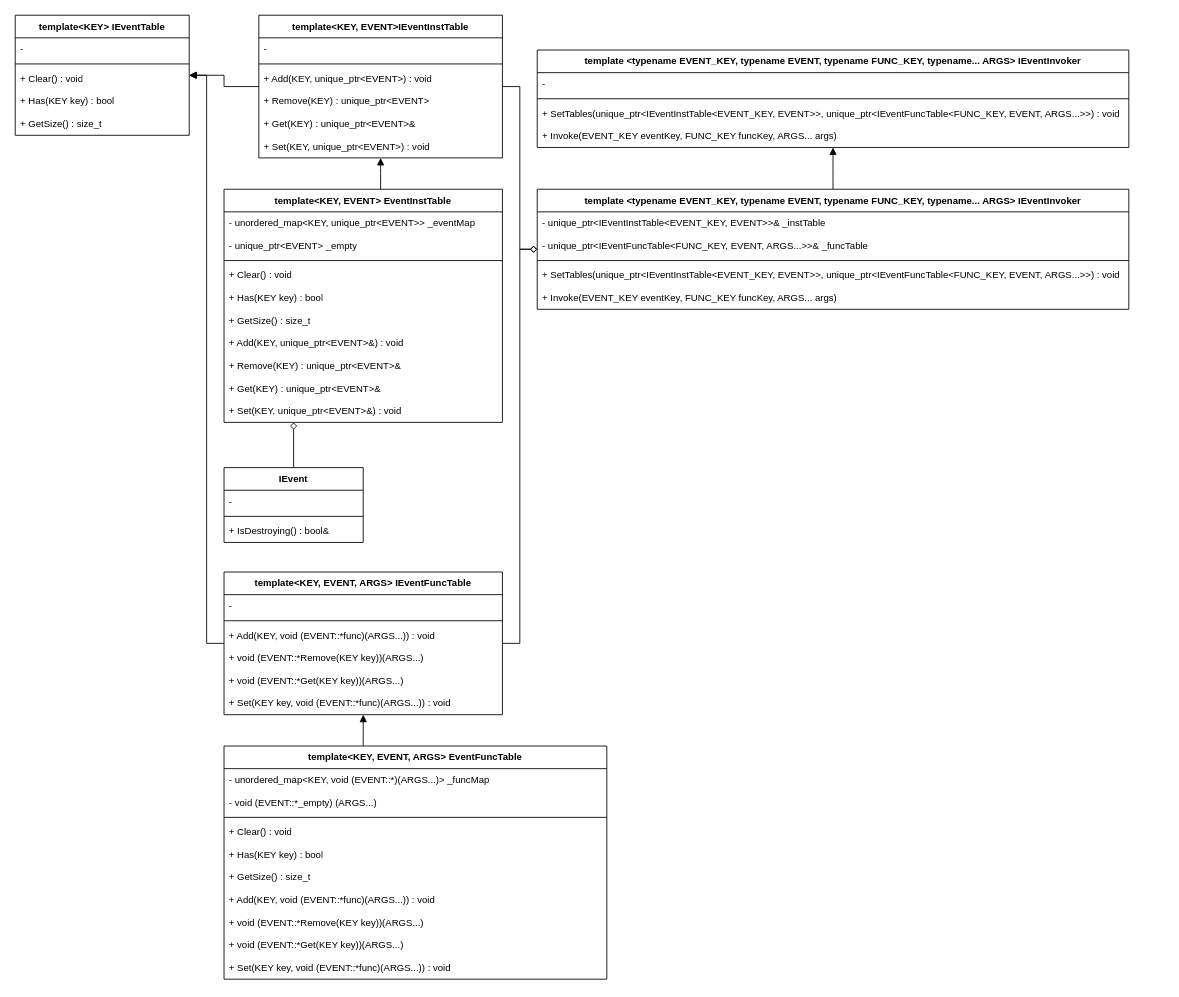
Above: page "Event" (2 of 7) of docs/module/class.drawio in Tanso-mct/Minecraft-DirectX (draw.io), before the change. Source tidied: cells renumbered, new cells numbered last; positions are measured from the earlier drawing's top-left corner, leaving out a move shared by most shapes. Both pictures are drawn from the tidied source at 87%, with x=0, y=0 at pixel (15, 15).
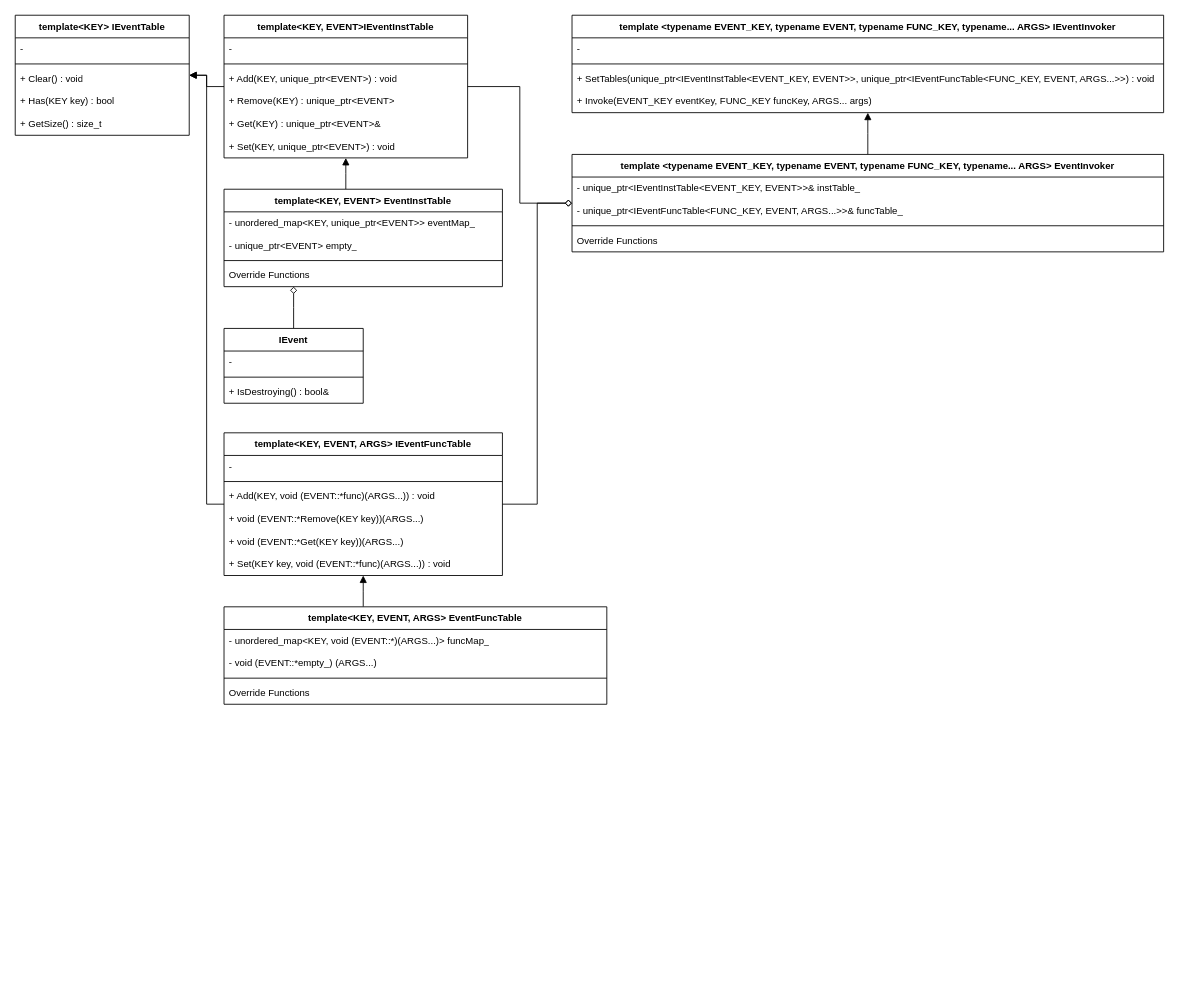
Above is the later version.

Change to the diagram source:
```diff
@@
     <mxCell id="4" value="template&amp;lt;KEY, EVENT&amp;gt;IEventInstTable" style="swimlane;fontStyle=1;align=center;verticalAlign=top;horizontal=1;startSize=26;whiteSpace=wrap;html=1;fontFamily=Helvetica;fontSize=11;fontColor=default;labelBackgroundColor=default;" parent="1" vertex="1">
-      <mxGeometry x="280" width="280" height="164" as="geometry" />
+      <mxGeometry x="240" width="280" height="164" as="geometry" />
     </mxCell>
@@
     <mxCell id="12" value="IEvent" style="swimlane;fontStyle=1;align=center;verticalAlign=top;horizontal=1;startSize=26;whiteSpace=wrap;html=1;fontFamily=Helvetica;fontSize=11;fontColor=default;labelBackgroundColor=default;" parent="1" vertex="1">
-      <mxGeometry x="240" y="520" width="160" height="86" as="geometry" />
+      <mxGeometry x="240" y="360" width="160" height="86" as="geometry" />
     </mxCell>
@@
     <mxCell id="18" value="template&amp;lt;KEY, EVENT, ARGS&amp;gt; IEventFuncTable" style="swimlane;fontStyle=1;align=center;verticalAlign=top;horizontal=1;startSize=26;whiteSpace=wrap;html=1;fontFamily=Helvetica;fontSize=11;fontColor=default;labelBackgroundColor=default;" parent="1" vertex="1">
-      <mxGeometry x="240" y="640" width="320" height="164" as="geometry" />
+      <mxGeometry x="240" y="480" width="320" height="164" as="geometry" />
     </mxCell>
@@
     <mxCell id="25" value="template &amp;lt;typename EVENT_KEY, typename EVENT, typename FUNC_KEY, typename... ARGS&amp;gt; IEventInvoker" style="swimlane;fontStyle=1;align=center;verticalAlign=top;horizontal=1;startSize=26;whiteSpace=wrap;html=1;fontFamily=Helvetica;fontSize=11;fontColor=default;labelBackgroundColor=default;" parent="1" vertex="1">
-      <mxGeometry x="600" y="40" width="680" height="112" as="geometry" />
+      <mxGeometry x="640" width="680" height="112" as="geometry" />
     </mxCell>
@@
     <mxCell id="37" value="template&amp;lt;KEY, EVENT&amp;gt; EventInstTable" style="swimlane;fontStyle=1;align=center;verticalAlign=top;horizontal=1;startSize=26;whiteSpace=wrap;html=1;fontFamily=Helvetica;fontSize=11;fontColor=default;labelBackgroundColor=default;" parent="1" vertex="1">
-      <mxGeometry x="240" y="200" width="320" height="268" as="geometry" />
+      <mxGeometry x="240" y="200" width="320" height="112" as="geometry" />
     </mxCell>
-    <mxCell id="38" value="- unordered_map&amp;lt;KEY, unique_ptr&amp;lt;EVENT&amp;gt;&amp;gt; _eventMap" style="text;strokeColor=none;fillColor=none;align=left;verticalAlign=top;spacingLeft=4;spacingRight=4;overflow=hidden;whiteSpace=wrap;html=1;fontFamily=Helvetica;fontSize=11;fontColor=default;labelBackgroundColor=default;" parent="37" vertex="1">
+    <mxCell id="38" value="- unordered_map&amp;lt;KEY, unique_ptr&amp;lt;EVENT&amp;gt;&amp;gt; eventMap_" style="text;strokeColor=none;fillColor=none;align=left;verticalAlign=top;spacingLeft=4;spacingRight=4;overflow=hidden;whiteSpace=wrap;html=1;fontFamily=Helvetica;fontSize=11;fontColor=default;labelBackgroundColor=default;" parent="37" vertex="1">
       <mxGeometry y="26" width="320" height="26" as="geometry" />
     </mxCell>
-    <mxCell id="39" value="- unique_ptr&amp;lt;EVENT&amp;gt; _empty" style="text;strokeColor=none;fillColor=none;align=left;verticalAlign=top;spacingLeft=4;spacingRight=4;overflow=hidden;whiteSpace=wrap;html=1;fontFamily=Helvetica;fontSize=11;fontColor=default;labelBackgroundColor=default;" parent="37" vertex="1">
+    <mxCell id="39" value="- unique_ptr&amp;lt;EVENT&amp;gt; empty_" style="text;strokeColor=none;fillColor=none;align=left;verticalAlign=top;spacingLeft=4;spacingRight=4;overflow=hidden;whiteSpace=wrap;html=1;fontFamily=Helvetica;fontSize=11;fontColor=default;labelBackgroundColor=default;" parent="37" vertex="1">
       <mxGeometry y="52" width="320" height="26" as="geometry" />
     </mxCell>
@@
-    <mxCell id="41" value="+ Clear() : void" style="text;strokeColor=none;fillColor=none;align=left;verticalAlign=top;spacingLeft=4;spacingRight=4;overflow=hidden;whiteSpace=wrap;html=1;fontFamily=Helvetica;fontSize=11;fontColor=default;labelBackgroundColor=default;" parent="37" vertex="1">
+    <mxCell id="41" value="Override Functions" style="text;strokeColor=none;fillColor=none;align=left;verticalAlign=top;spacingLeft=4;spacingRight=4;overflow=hidden;whiteSpace=wrap;html=1;fontFamily=Helvetica;fontSize=11;fontColor=default;labelBackgroundColor=default;" parent="37" vertex="1">
       <mxGeometry y="86" width="320" height="26" as="geometry" />
     </mxCell>
-    <mxCell id="42" value="+ Has(KEY key) : bool" style="text;strokeColor=none;fillColor=none;align=left;verticalAlign=top;spacingLeft=4;spacingRight=4;overflow=hidden;whiteSpace=wrap;html=1;fontFamily=Helvetica;fontSize=11;fontColor=default;labelBackgroundColor=default;" parent="37" vertex="1">
-      <mxGeometry y="112" width="320" height="26" as="geometry" />
-    </mxCell>
-    <mxCell id="43" value="+ GetSize() : size_t" style="text;strokeColor=none;fillColor=none;align=left;verticalAlign=top;spacingLeft=4;spacingRight=4;overflow=hidden;whiteSpace=wrap;html=1;fontFamily=Helvetica;fontSize=11;fontColor=default;labelBackgroundColor=default;" parent="37" vertex="1">
-      <mxGeometry y="138" width="320" height="26" as="geometry" />
-    </mxCell>
-    <mxCell id="44" value="+ Add(KEY, unique_ptr&amp;lt;EVENT&amp;gt;&amp;amp;) : void" style="text;strokeColor=none;fillColor=none;align=left;verticalAlign=top;spacingLeft=4;spacingRight=4;overflow=hidden;whiteSpace=wrap;html=1;fontFamily=Helvetica;fontSize=11;fontColor=default;labelBackgroundColor=default;" parent="37" vertex="1">
-      <mxGeometry y="164" width="320" height="26" as="geometry" />
-    </mxCell>
-    <mxCell id="45" value="+ Remove(KEY) : unique_ptr&amp;lt;EVENT&amp;gt;&amp;amp;" style="text;strokeColor=none;fillColor=none;align=left;verticalAlign=top;spacingLeft=4;spacingRight=4;overflow=hidden;whiteSpace=wrap;html=1;fontFamily=Helvetica;fontSize=11;fontColor=default;labelBackgroundColor=default;" parent="37" vertex="1">
-      <mxGeometry y="190" width="320" height="26" as="geometry" />
-    </mxCell>
-    <mxCell id="46" value="+ Get(KEY) : unique_ptr&amp;lt;EVENT&amp;gt;&amp;amp;" style="text;strokeColor=none;fillColor=none;align=left;verticalAlign=top;spacingLeft=4;spacingRight=4;overflow=hidden;whiteSpace=wrap;html=1;fontFamily=Helvetica;fontSize=11;fontColor=default;labelBackgroundColor=default;" parent="37" vertex="1">
-      <mxGeometry y="216" width="320" height="26" as="geometry" />
-    </mxCell>
-    <mxCell id="47" value="+ Set(KEY, unique_ptr&amp;lt;EVENT&amp;gt;&amp;amp;) : void" style="text;strokeColor=none;fillColor=none;align=left;verticalAlign=top;spacingLeft=4;spacingRight=4;overflow=hidden;whiteSpace=wrap;html=1;fontFamily=Helvetica;fontSize=11;fontColor=default;labelBackgroundColor=default;" parent="37" vertex="1">
-      <mxGeometry y="242" width="320" height="26" as="geometry" />
-    </mxCell>
@@
     <mxCell id="49" value="template&amp;lt;KEY, EVENT, ARGS&amp;gt; EventFuncTable" style="swimlane;fontStyle=1;align=center;verticalAlign=top;horizontal=1;startSize=26;whiteSpace=wrap;html=1;fontFamily=Helvetica;fontSize=11;fontColor=default;labelBackgroundColor=default;" parent="1" vertex="1">
-      <mxGeometry x="240" y="840" width="440" height="268" as="geometry" />
+      <mxGeometry x="240" y="680" width="440" height="112" as="geometry" />
     </mxCell>
-    <mxCell id="50" value="- unordered_map&amp;lt;KEY, void (EVENT::*)(ARGS...)&amp;gt; _funcMap" style="text;strokeColor=none;fillColor=none;align=left;verticalAlign=top;spacingLeft=4;spacingRight=4;overflow=hidden;whiteSpace=wrap;html=1;fontFamily=Helvetica;fontSize=11;fontColor=default;labelBackgroundColor=default;" parent="49" vertex="1">
+    <mxCell id="50" value="- unordered_map&amp;lt;KEY, void (EVENT::*)(ARGS...)&amp;gt; funcMap_" style="text;strokeColor=none;fillColor=none;align=left;verticalAlign=top;spacingLeft=4;spacingRight=4;overflow=hidden;whiteSpace=wrap;html=1;fontFamily=Helvetica;fontSize=11;fontColor=default;labelBackgroundColor=default;" parent="49" vertex="1">
       <mxGeometry y="26" width="440" height="26" as="geometry" />
     </mxCell>
-    <mxCell id="51" value="- void (EVENT::*_empty) (ARGS...)" style="text;strokeColor=none;fillColor=none;align=left;verticalAlign=top;spacingLeft=4;spacingRight=4;overflow=hidden;whiteSpace=wrap;html=1;fontFamily=Helvetica;fontSize=11;fontColor=default;labelBackgroundColor=default;" parent="49" vertex="1">
+    <mxCell id="51" value="- void (EVENT::*empty_) (ARGS...)" style="text;strokeColor=none;fillColor=none;align=left;verticalAlign=top;spacingLeft=4;spacingRight=4;overflow=hidden;whiteSpace=wrap;html=1;fontFamily=Helvetica;fontSize=11;fontColor=default;labelBackgroundColor=default;" parent="49" vertex="1">
       <mxGeometry y="52" width="440" height="26" as="geometry" />
     </mxCell>
@@
-    <mxCell id="53" value="+ Clear() : void" style="text;strokeColor=none;fillColor=none;align=left;verticalAlign=top;spacingLeft=4;spacingRight=4;overflow=hidden;whiteSpace=wrap;html=1;fontFamily=Helvetica;fontSize=11;fontColor=default;labelBackgroundColor=default;" parent="49" vertex="1">
+    <mxCell id="53" value="Override Functions" style="text;strokeColor=none;fillColor=none;align=left;verticalAlign=top;spacingLeft=4;spacingRight=4;overflow=hidden;whiteSpace=wrap;html=1;fontFamily=Helvetica;fontSize=11;fontColor=default;labelBackgroundColor=default;" parent="49" vertex="1">
       <mxGeometry y="86" width="440" height="26" as="geometry" />
     </mxCell>
-    <mxCell id="54" value="+ Has(KEY key) : bool" style="text;strokeColor=none;fillColor=none;align=left;verticalAlign=top;spacingLeft=4;spacingRight=4;overflow=hidden;whiteSpace=wrap;html=1;fontFamily=Helvetica;fontSize=11;fontColor=default;labelBackgroundColor=default;" parent="49" vertex="1">
-      <mxGeometry y="112" width="440" height="26" as="geometry" />
-    </mxCell>
-    <mxCell id="55" value="+ GetSize() : size_t" style="text;strokeColor=none;fillColor=none;align=left;verticalAlign=top;spacingLeft=4;spacingRight=4;overflow=hidden;whiteSpace=wrap;html=1;fontFamily=Helvetica;fontSize=11;fontColor=default;labelBackgroundColor=default;" parent="49" vertex="1">
-      <mxGeometry y="138" width="440" height="26" as="geometry" />
-    </mxCell>
-    <mxCell id="56" value="+ Add(KEY, void (EVENT::*func)(ARGS...)) : void" style="text;strokeColor=none;fillColor=none;align=left;verticalAlign=top;spacingLeft=4;spacingRight=4;overflow=hidden;whiteSpace=wrap;html=1;fontFamily=Helvetica;fontSize=11;fontColor=default;labelBackgroundColor=default;" parent="49" vertex="1">
-      <mxGeometry y="164" width="440" height="26" as="geometry" />
-    </mxCell>
-    <mxCell id="57" value="+ void (EVENT::*Remove(KEY key))(ARGS...)" style="text;strokeColor=none;fillColor=none;align=left;verticalAlign=top;spacingLeft=4;spacingRight=4;overflow=hidden;whiteSpace=wrap;html=1;fontFamily=Helvetica;fontSize=11;fontColor=default;labelBackgroundColor=default;" parent="49" vertex="1">
-      <mxGeometry y="190" width="440" height="26" as="geometry" />
-    </mxCell>
-    <mxCell id="58" value="+ void (EVENT::*Get(KEY key))(ARGS...)" style="text;strokeColor=none;fillColor=none;align=left;verticalAlign=top;spacingLeft=4;spacingRight=4;overflow=hidden;whiteSpace=wrap;html=1;fontFamily=Helvetica;fontSize=11;fontColor=default;labelBackgroundColor=default;" parent="49" vertex="1">
-      <mxGeometry y="216" width="440" height="26" as="geometry" />
-    </mxCell>
-    <mxCell id="59" value="+ Set(KEY key,&amp;nbsp;void (EVENT::*func)(ARGS...)) : void" style="text;strokeColor=none;fillColor=none;align=left;verticalAlign=top;spacingLeft=4;spacingRight=4;overflow=hidden;whiteSpace=wrap;html=1;fontFamily=Helvetica;fontSize=11;fontColor=default;labelBackgroundColor=default;" parent="49" vertex="1">
-      <mxGeometry y="242" width="440" height="26" as="geometry" />
-    </mxCell>
@@
-    <mxCell id="61" value="template &amp;lt;typename EVENT_KEY, typename EVENT, typename FUNC_KEY, typename... ARGS&amp;gt; IEventInvoker" style="swimlane;fontStyle=1;align=center;verticalAlign=top;horizontal=1;startSize=26;whiteSpace=wrap;html=1;fontFamily=Helvetica;fontSize=11;fontColor=default;labelBackgroundColor=default;" parent="1" vertex="1">
-      <mxGeometry x="600" y="200" width="680" height="138" as="geometry" />
+    <mxCell id="61" value="template &amp;lt;typename EVENT_KEY, typename EVENT, typename FUNC_KEY, typename... ARGS&amp;gt; EventInvoker" style="swimlane;fontStyle=1;align=center;verticalAlign=top;horizontal=1;startSize=26;whiteSpace=wrap;html=1;fontFamily=Helvetica;fontSize=11;fontColor=default;labelBackgroundColor=default;" parent="1" vertex="1">
+      <mxGeometry x="640" y="160" width="680" height="112" as="geometry" />
     </mxCell>
-    <mxCell id="62" value="- unique_ptr&amp;lt;IEventInstTable&amp;lt;EVENT_KEY, EVENT&amp;gt;&amp;gt;&amp;amp; _instTable" style="text;strokeColor=none;fillColor=none;align=left;verticalAlign=top;spacingLeft=4;spacingRight=4;overflow=hidden;whiteSpace=wrap;html=1;fontFamily=Helvetica;fontSize=11;fontColor=default;labelBackgroundColor=default;" parent="61" vertex="1">
+    <mxCell id="62" value="- unique_ptr&amp;lt;IEventInstTable&amp;lt;EVENT_KEY, EVENT&amp;gt;&amp;gt;&amp;amp; instTable_" style="text;strokeColor=none;fillColor=none;align=left;verticalAlign=top;spacingLeft=4;spacingRight=4;overflow=hidden;whiteSpace=wrap;html=1;fontFamily=Helvetica;fontSize=11;fontColor=default;labelBackgroundColor=default;" parent="61" vertex="1">
       <mxGeometry y="26" width="680" height="26" as="geometry" />
     </mxCell>
-    <mxCell id="63" value="- unique_ptr&amp;lt;IEventFuncTable&amp;lt;FUNC_KEY, EVENT, ARGS...&amp;gt;&amp;gt;&amp;amp; _funcTable" style="text;strokeColor=none;fillColor=none;align=left;verticalAlign=top;spacingLeft=4;spacingRight=4;overflow=hidden;whiteSpace=wrap;html=1;fontFamily=Helvetica;fontSize=11;fontColor=default;labelBackgroundColor=default;" parent="61" vertex="1">
+    <mxCell id="63" value="- unique_ptr&amp;lt;IEventFuncTable&amp;lt;FUNC_KEY, EVENT, ARGS...&amp;gt;&amp;gt;&amp;amp; funcTable_" style="text;strokeColor=none;fillColor=none;align=left;verticalAlign=top;spacingLeft=4;spacingRight=4;overflow=hidden;whiteSpace=wrap;html=1;fontFamily=Helvetica;fontSize=11;fontColor=default;labelBackgroundColor=default;" parent="61" vertex="1">
       <mxGeometry y="52" width="680" height="26" as="geometry" />
     </mxCell>
@@
-    <mxCell id="65" value="+ SetTables(unique_ptr&amp;lt;IEventInstTable&amp;lt;EVENT_KEY, EVENT&amp;gt;&amp;gt;, unique_ptr&amp;lt;IEventFuncTable&amp;lt;FUNC_KEY, EVENT, ARGS...&amp;gt;&amp;gt;) : void" style="text;strokeColor=none;fillColor=none;align=left;verticalAlign=top;spacingLeft=4;spacingRight=4;overflow=hidden;whiteSpace=wrap;html=1;fontFamily=Helvetica;fontSize=11;fontColor=default;labelBackgroundColor=default;" parent="61" vertex="1">
+    <mxCell id="65" value="Override Functions" style="text;strokeColor=none;fillColor=none;align=left;verticalAlign=top;spacingLeft=4;spacingRight=4;overflow=hidden;whiteSpace=wrap;html=1;fontFamily=Helvetica;fontSize=11;fontColor=default;labelBackgroundColor=default;" parent="61" vertex="1">
       <mxGeometry y="86" width="680" height="26" as="geometry" />
     </mxCell>
-    <mxCell id="66" value="+ Invoke(EVENT_KEY eventKey, FUNC_KEY funcKey, ARGS... args)" style="text;strokeColor=none;fillColor=none;align=left;verticalAlign=top;spacingLeft=4;spacingRight=4;overflow=hidden;whiteSpace=wrap;html=1;fontFamily=Helvetica;fontSize=11;fontColor=default;labelBackgroundColor=default;" parent="61" vertex="1">
-      <mxGeometry y="112" width="680" height="26" as="geometry" />
-    </mxCell>
```
